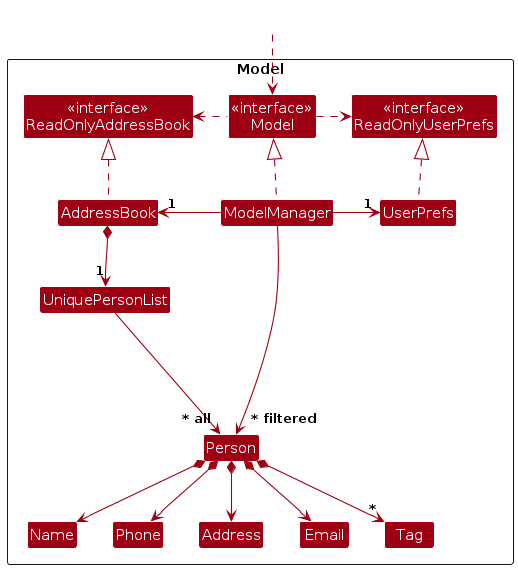
This is diagrams/ModelClassDiagram.png from AY2627S1-CS2103T-F14a-1/tp, a PlantUML export, as it was before one commit. Its source is kept beside it as diagrams/ModelClassDiagram.puml.
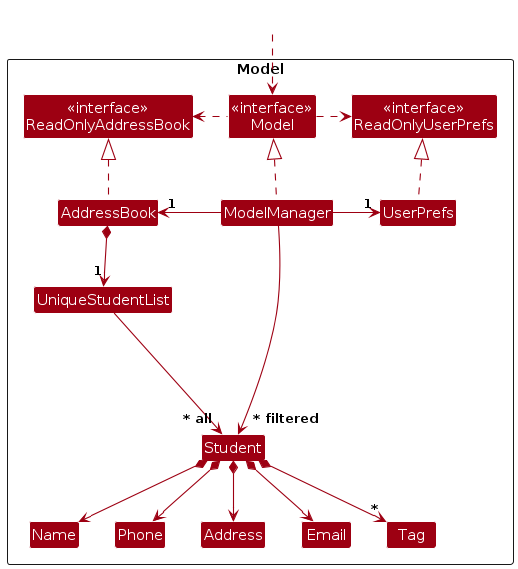
Above is the later version.

Change to the diagram source:
```diff
@@ -12,8 +12,8 @@
 Class ModelManager
 Class UserPrefs
 
-Class UniquePersonList
-Class Person
+Class UniqueStudentList
+Class Student
 Class Address
 Class Email
 Class Name
@@ -35,20 +35,20 @@
 ModelManager -right-> "1" UserPrefs
 UserPrefs .up.|> ReadOnlyUserPrefs
 
-AddressBook *--> "1" UniquePersonList
-UniquePersonList --> "~* all" Person
-Person *--> Name
-Person *--> Phone
-Person *--> Email
-Person *--> Address
-Person *--> "*" Tag
+AddressBook *--> "1" UniqueStudentList
+UniqueStudentList --> "~* all" Student
+Student *--> Name
+Student *--> Phone
+Student *--> Email
+Student *--> Address
+Student *--> "*" Tag
 
-Person -[hidden]up--> I
-UniquePersonList -[hidden]right-> I
+Student -[hidden]up--> I
+UniqueStudentList -[hidden]right-> I
 
 Name -[hidden]right-> Phone
 Phone -[hidden]right-> Address
 Address -[hidden]right-> Email
 
-ModelManager --> "~* filtered" Person
+ModelManager --> "~* filtered" Student
 @enduml
```
